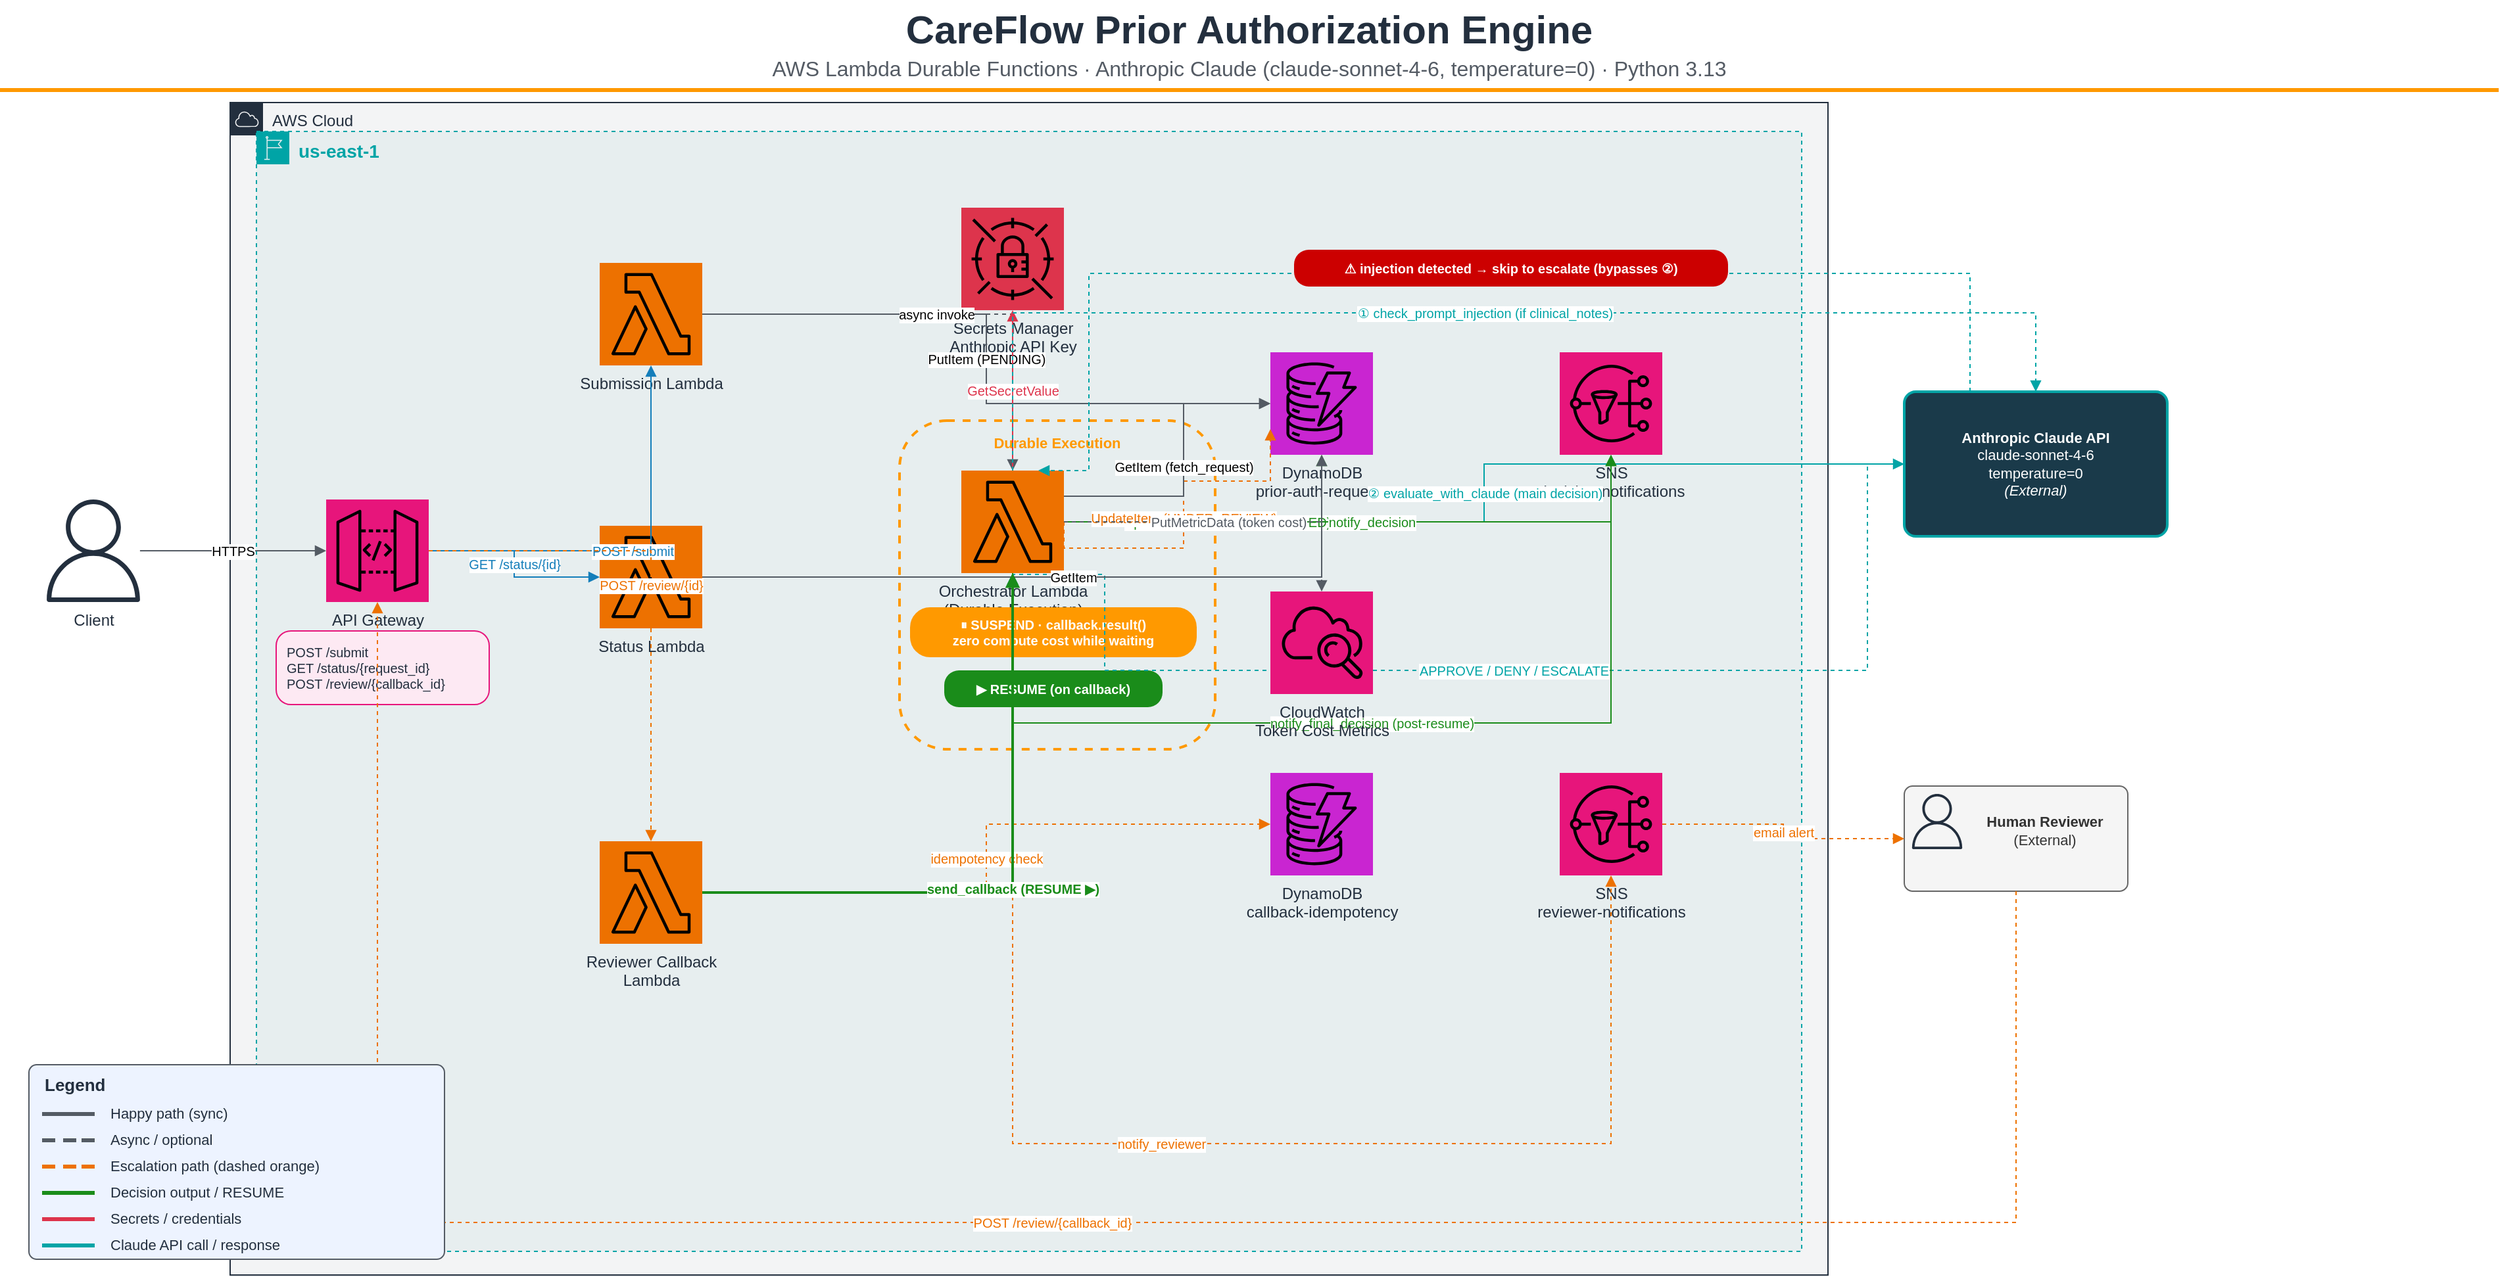
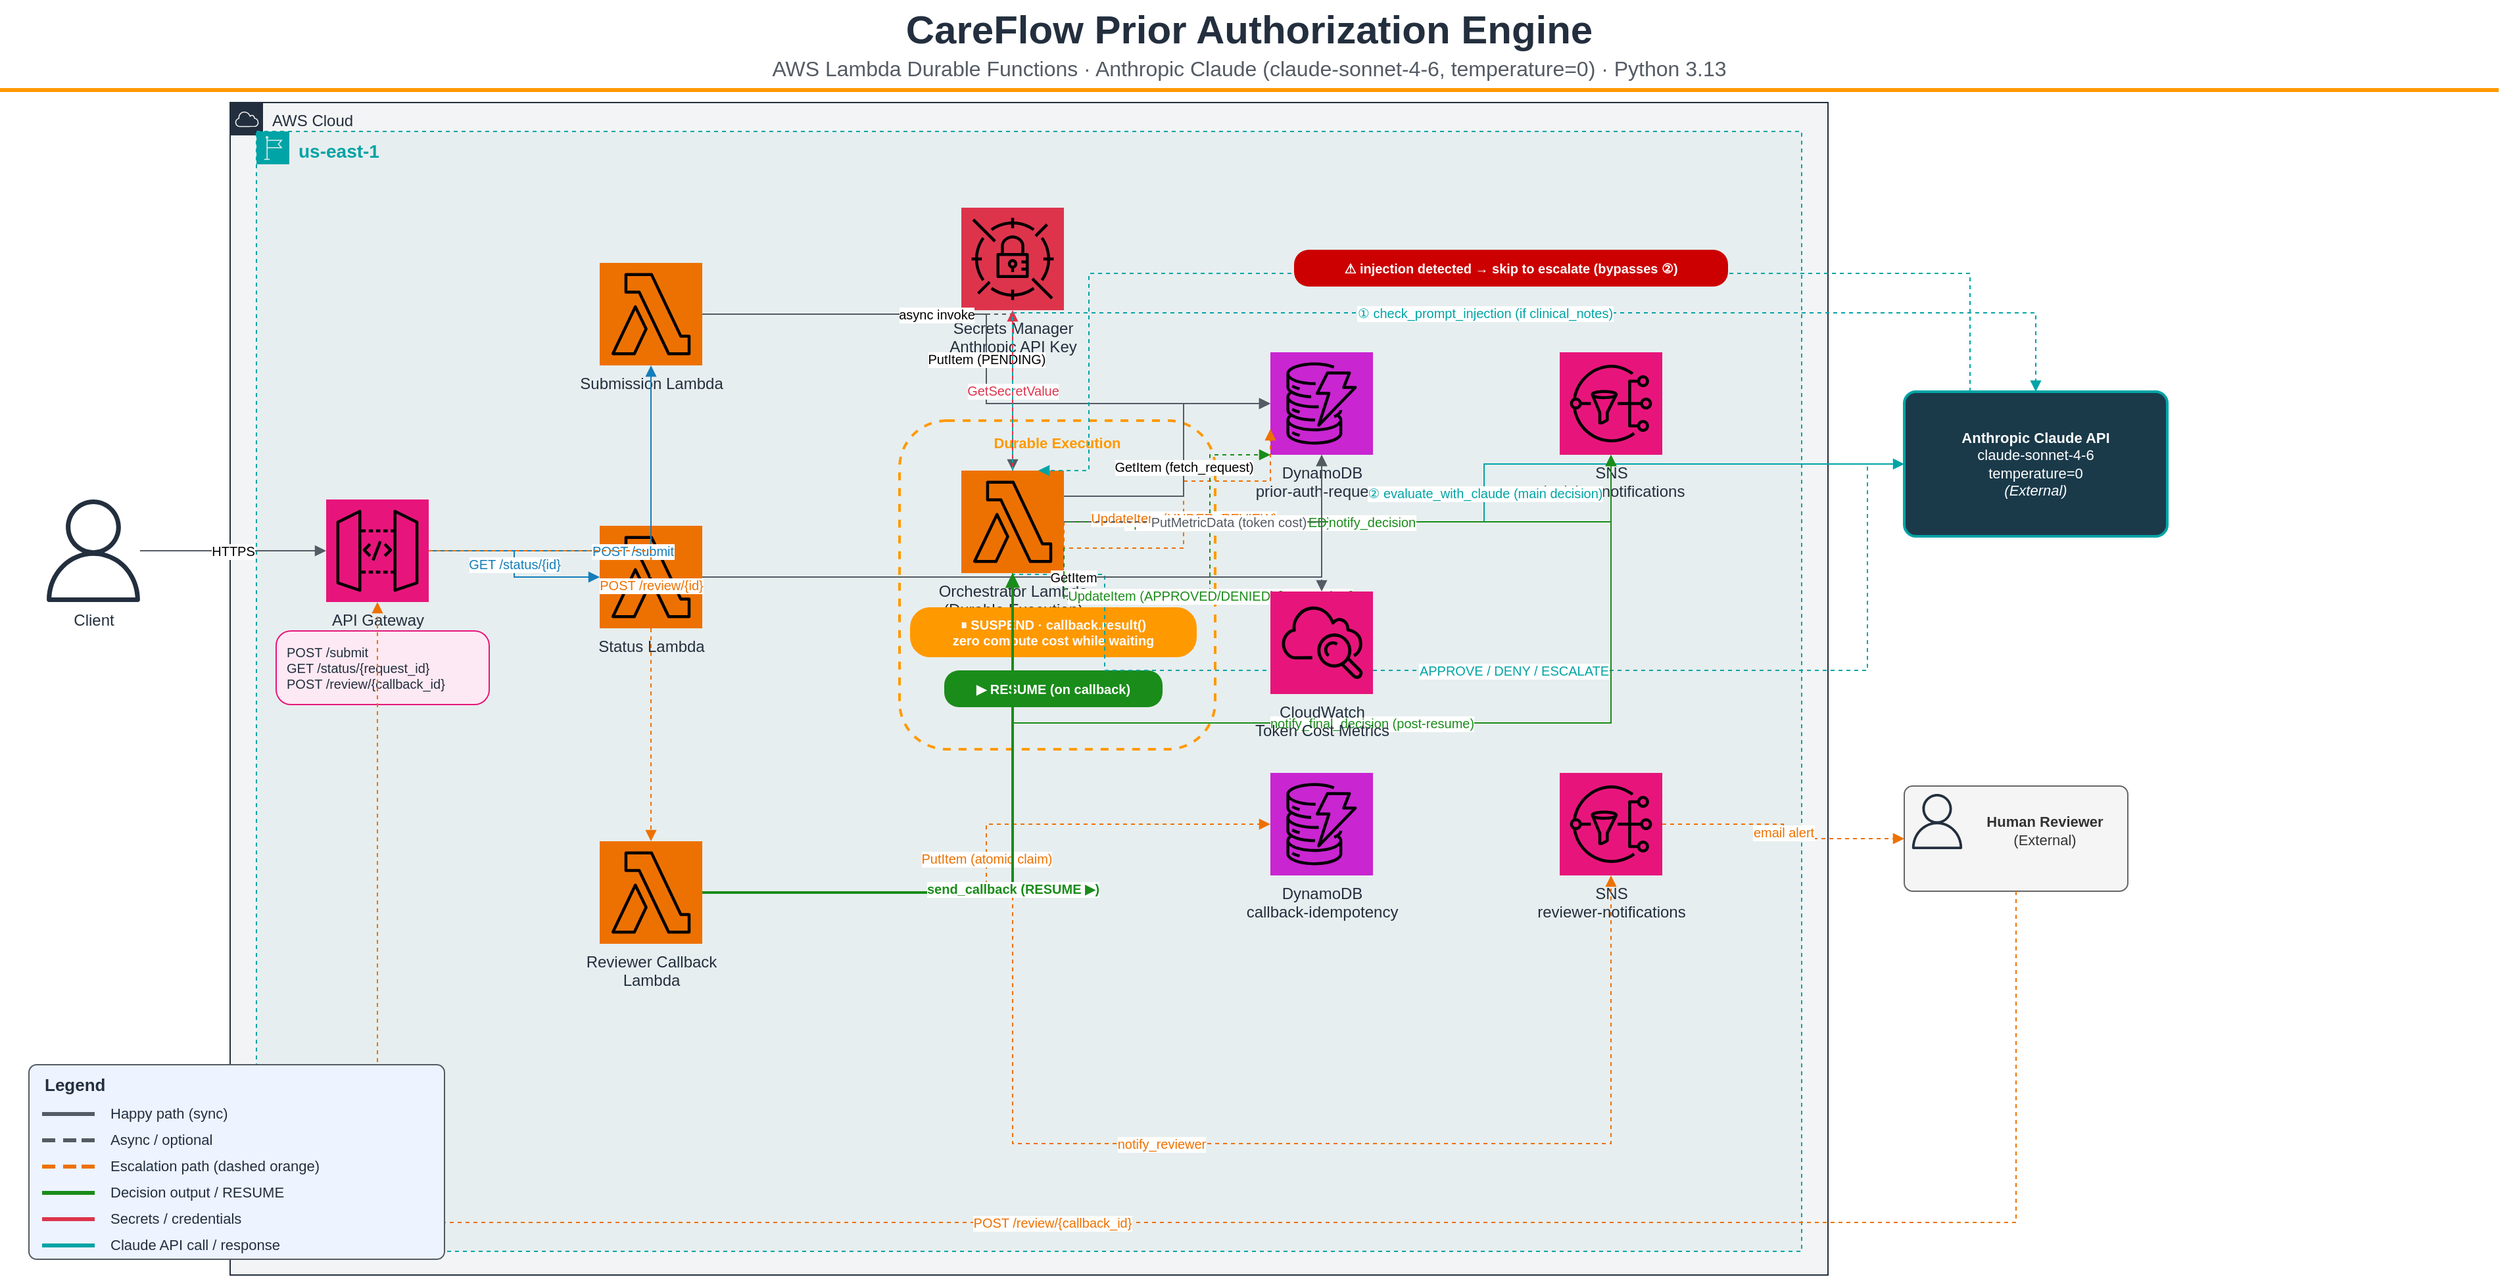
<?xml version="1.0" encoding="UTF-8"?>
<mxGraphModel dx="1422" dy="762" grid="1" gridSize="10" guides="1" tooltips="1" connect="1" arrows="1" fold="1" page="1" pageScale="1" pageWidth="1900" pageHeight="1100" math="0" shadow="0">
  <root>
    <mxCell id="0" />
    <mxCell id="1" parent="0" />

    <mxCell id="title-text" value="CareFlow Prior Authorization Engine" style="text;html=1;strokeColor=none;fillColor=none;align=center;verticalAlign=middle;whiteSpace=wrap;rounded=0;fontSize=30;fontStyle=1;fontFamily=Helvetica;fontColor=#232F3E;" vertex="1" parent="1">
      <mxGeometry x="0" y="10" width="1900" height="44" as="geometry" />
    </mxCell>
    <mxCell id="title-subtitle" value="AWS Lambda Durable Functions · Anthropic Claude (claude-sonnet-4-6, temperature=0) · Python 3.13" style="text;html=1;strokeColor=none;fillColor=none;align=center;verticalAlign=middle;whiteSpace=wrap;rounded=0;fontSize=16;fontFamily=Helvetica;fontColor=#545B64;" vertex="1" parent="1">
      <mxGeometry x="0" y="50" width="1900" height="24" as="geometry" />
    </mxCell>
    <mxCell id="title-line" value="" style="rounded=0;whiteSpace=wrap;html=1;fillColor=#FF9900;strokeColor=none;" vertex="1" parent="1">
      <mxGeometry x="0" y="77" width="1900" height="3" as="geometry" />
    </mxCell>

    <mxCell id="aws-cloud" value="AWS Cloud" style="points=[[0,0],[0.25,0],[0.5,0],[0.75,0],[1,0],[1,0.25],[1,0.5],[1,0.75],[1,1],[0.75,1],[0.5,1],[0.25,1],[0,1],[0,0.75],[0,0.5],[0,0.25]];outlineConnect=0;gradientColor=none;html=1;whiteSpace=wrap;fontSize=12;fontStyle=0;shape=mxgraph.aws4.group;grIcon=mxgraph.aws4.group_aws_cloud;strokeColor=#232F3E;fillColor=light-dark(#232F3E0D,#232F3E0D);fillStyle=auto;verticalAlign=top;align=left;spacingLeft=30;fontColor=#232F3E;dashed=0;container=0;pointerEvents=0;collapsible=0;recursiveResize=0;" vertex="1" parent="1">
      <mxGeometry x="175" y="88" width="1215" height="892" as="geometry" />
    </mxCell>
    <mxCell id="region-us-east-1" value="us-east-1" style="points=[[0,0],[0.25,0],[0.5,0],[0.75,0],[1,0],[1,0.25],[1,0.5],[1,0.75],[1,1],[0.75,1],[0.5,1],[0.25,1],[0,1],[0,0.75],[0,0.5],[0,0.25]];outlineConnect=0;gradientColor=none;html=1;whiteSpace=wrap;fontSize=14;fontStyle=1;shape=mxgraph.aws4.group;grIcon=mxgraph.aws4.group_region;strokeColor=#00A4A6;fillColor=light-dark(#0C7B7D0D,#0C7B7D0D);fillStyle=auto;verticalAlign=top;align=left;spacingLeft=30;fontColor=#00A4A6;dashed=1;container=0;pointerEvents=0;collapsible=0;recursiveResize=0;" vertex="1" parent="1">
      <mxGeometry x="195" y="110" width="1175" height="852" as="geometry" />
    </mxCell>

    <mxCell id="client-actor" value="Client" style="outlineConnect=0;fontColor=#232F3E;gradientColor=none;fillColor=#232F3E;strokeColor=none;dashed=0;verticalLabelPosition=bottom;verticalAlign=top;align=center;html=1;fontSize=12;fontStyle=0;aspect=fixed;pointerEvents=1;shape=mxgraph.aws4.user;" vertex="1" parent="1">
      <mxGeometry x="32" y="390" width="78" height="78" as="geometry" />
    </mxCell>

    <mxCell id="claude-api-bg" value="" style="rounded=1;whiteSpace=wrap;html=1;fillColor=#1a3a4a;strokeColor=#00A4A6;strokeWidth=2;arcSize=8;" vertex="1" parent="1">
      <mxGeometry x="1448" y="308" width="200" height="110" as="geometry" />
    </mxCell>
    <mxCell id="claude-api-label" value="&lt;font color=&quot;#ffffff&quot;&gt;&lt;b&gt;Anthropic Claude API&lt;/b&gt;&lt;br&gt;claude-sonnet-4-6&lt;br&gt;temperature=0&lt;br&gt;&lt;i&gt;(External)&lt;/i&gt;&lt;/font&gt;" style="text;html=1;strokeColor=none;fillColor=none;align=center;verticalAlign=middle;whiteSpace=wrap;rounded=0;fontSize=11;fontFamily=Helvetica;" vertex="1" parent="1">
      <mxGeometry x="1448" y="308" width="200" height="110" as="geometry" />
    </mxCell>

    <mxCell id="human-reviewer-bg" value="" style="rounded=1;whiteSpace=wrap;html=1;fillColor=#f5f5f5;strokeColor=#666666;arcSize=8;" vertex="1" parent="1">
      <mxGeometry x="1448" y="608" width="170" height="80" as="geometry" />
    </mxCell>
    <mxCell id="human-reviewer-icon" value="" style="outlineConnect=0;fontColor=#232F3E;gradientColor=none;fillColor=#232F3E;strokeColor=none;dashed=0;verticalLabelPosition=bottom;verticalAlign=top;align=center;html=1;fontSize=12;fontStyle=0;aspect=fixed;pointerEvents=1;shape=mxgraph.aws4.user;" vertex="1" parent="1">
      <mxGeometry x="1452" y="614" width="42" height="42" as="geometry" />
    </mxCell>
    <mxCell id="human-reviewer-label" value="&lt;b&gt;Human Reviewer&lt;/b&gt;&lt;br&gt;(External)" style="text;html=1;strokeColor=none;fillColor=none;align=center;verticalAlign=middle;whiteSpace=wrap;rounded=0;fontSize=11;fontFamily=Helvetica;fontColor=#333333;" vertex="1" parent="1">
      <mxGeometry x="1494" y="614" width="122" height="56" as="geometry" />
    </mxCell>

    <mxCell id="apigw" value="API Gateway&lt;br&gt;HTTP API v2" style="outlineConnect=0;fontColor=#232F3E;gradientColor=none;fillColor=#E7157B;strokeColor=none;dashed=0;verticalLabelPosition=bottom;verticalAlign=top;align=center;html=1;fontSize=12;fontStyle=0;aspect=fixed;pointerEvents=1;shape=mxgraph.aws4.resourceIcon;resIcon=mxgraph.aws4.api_gateway;" vertex="1" parent="1">
      <mxGeometry x="248" y="390" width="78" height="78" as="geometry" />
    </mxCell>
    <mxCell id="apigw-routes" value="POST /submit&lt;br&gt;GET /status/{request_id}&lt;br&gt;POST /review/{callback_id}" style="text;html=1;strokeColor=#E7157B;fillColor=light-dark(#FDE9F3,#2D1020);fillStyle=auto;align=left;verticalAlign=middle;whiteSpace=wrap;rounded=1;fontSize=10;fontFamily=Helvetica;fontColor=light-dark(#232F3E,#ffffff);arcSize=20;spacingLeft=6;" vertex="1" parent="1">
      <mxGeometry x="210" y="490" width="162" height="56" as="geometry" />
    </mxCell>

    <mxCell id="lambda-submission" value="Submission Lambda" style="outlineConnect=0;fontColor=#232F3E;gradientColor=none;fillColor=#ED7100;strokeColor=none;dashed=0;verticalLabelPosition=bottom;verticalAlign=top;align=center;html=1;fontSize=12;fontStyle=0;aspect=fixed;pointerEvents=1;shape=mxgraph.aws4.resourceIcon;resIcon=mxgraph.aws4.lambda;" vertex="1" parent="1">
      <mxGeometry x="456" y="210" width="78" height="78" as="geometry" />
    </mxCell>
    <mxCell id="lambda-status" value="Status Lambda" style="outlineConnect=0;fontColor=#232F3E;gradientColor=none;fillColor=#ED7100;strokeColor=none;dashed=0;verticalLabelPosition=bottom;verticalAlign=top;align=center;html=1;fontSize=12;fontStyle=0;aspect=fixed;pointerEvents=1;shape=mxgraph.aws4.resourceIcon;resIcon=mxgraph.aws4.lambda;" vertex="1" parent="1">
      <mxGeometry x="456" y="410" width="78" height="78" as="geometry" />
    </mxCell>
    <mxCell id="lambda-reviewer-cb" value="Reviewer Callback&lt;br&gt;Lambda" style="outlineConnect=0;fontColor=#232F3E;gradientColor=none;fillColor=#ED7100;strokeColor=none;dashed=0;verticalLabelPosition=bottom;verticalAlign=top;align=center;html=1;fontSize=12;fontStyle=0;aspect=fixed;pointerEvents=1;shape=mxgraph.aws4.resourceIcon;resIcon=mxgraph.aws4.lambda;" vertex="1" parent="1">
      <mxGeometry x="456" y="650" width="78" height="78" as="geometry" />
    </mxCell>

    <mxCell id="durable-group" value="Durable Execution" style="rounded=1;whiteSpace=wrap;html=1;fillColor=none;strokeColor=#FF9900;dashed=1;strokeWidth=2;verticalAlign=top;align=center;fontSize=11;fontStyle=1;fontFamily=Helvetica;fontColor=#FF9900;spacingTop=4;" vertex="1" parent="1">
      <mxGeometry x="684" y="330" width="240" height="250" as="geometry" />
    </mxCell>

    <mxCell id="secrets-mgr" value="Secrets Manager&lt;br&gt;Anthropic API Key" style="outlineConnect=0;fontColor=#232F3E;gradientColor=none;fillColor=#DD344C;strokeColor=none;dashed=0;verticalLabelPosition=bottom;verticalAlign=top;align=center;html=1;fontSize=12;fontStyle=0;aspect=fixed;pointerEvents=1;shape=mxgraph.aws4.resourceIcon;resIcon=mxgraph.aws4.secrets_manager;" vertex="1" parent="1">
      <mxGeometry x="731" y="168" width="78" height="78" as="geometry" />
    </mxCell>

    <mxCell id="lambda-orchestrator" value="Orchestrator Lambda&lt;br&gt;(Durable Execution)" style="outlineConnect=0;fontColor=#232F3E;gradientColor=none;fillColor=#ED7100;strokeColor=none;dashed=0;verticalLabelPosition=bottom;verticalAlign=top;align=center;html=1;fontSize=12;fontStyle=0;aspect=fixed;pointerEvents=1;shape=mxgraph.aws4.resourceIcon;resIcon=mxgraph.aws4.lambda;" vertex="1" parent="1">
      <mxGeometry x="731" y="368" width="78" height="78" as="geometry" />
    </mxCell>

    <mxCell id="suspend-badge" value="&#x23F8; SUSPEND · callback.result()&lt;br&gt;zero compute cost while waiting" style="rounded=1;whiteSpace=wrap;html=1;fillColor=#FF9900;strokeColor=none;fontColor=#ffffff;fontSize=10;fontStyle=1;fontFamily=Helvetica;arcSize=40;" vertex="1" parent="1">
      <mxGeometry x="692" y="472" width="218" height="38" as="geometry" />
    </mxCell>
    <mxCell id="resume-badge" value="&#x25B6; RESUME (on callback)" style="rounded=1;whiteSpace=wrap;html=1;fillColor=#1a8c1a;strokeColor=none;fontColor=#ffffff;fontSize=10;fontStyle=1;fontFamily=Helvetica;arcSize=40;" vertex="1" parent="1">
      <mxGeometry x="718" y="520" width="166" height="28" as="geometry" />
    </mxCell>

    <mxCell id="dynamo-requests" value="DynamoDB&lt;br&gt;prior-auth-requests" style="outlineConnect=0;fontColor=#232F3E;gradientColor=none;fillColor=#C925D1;strokeColor=none;dashed=0;verticalLabelPosition=bottom;verticalAlign=top;align=center;html=1;fontSize=12;fontStyle=0;aspect=fixed;pointerEvents=1;shape=mxgraph.aws4.resourceIcon;resIcon=mxgraph.aws4.dynamodb;" vertex="1" parent="1">
      <mxGeometry x="966" y="278" width="78" height="78" as="geometry" />
    </mxCell>
    <mxCell id="dynamo-idempotency" value="DynamoDB&lt;br&gt;callback-idempotency" style="outlineConnect=0;fontColor=#232F3E;gradientColor=none;fillColor=#C925D1;strokeColor=none;dashed=0;verticalLabelPosition=bottom;verticalAlign=top;align=center;html=1;fontSize=12;fontStyle=0;aspect=fixed;pointerEvents=1;shape=mxgraph.aws4.resourceIcon;resIcon=mxgraph.aws4.dynamodb;" vertex="1" parent="1">
      <mxGeometry x="966" y="598" width="78" height="78" as="geometry" />
    </mxCell>

    <mxCell id="sns-decisions" value="SNS&lt;br&gt;decision-notifications" style="outlineConnect=0;fontColor=#232F3E;gradientColor=none;fillColor=#E7157B;strokeColor=none;dashed=0;verticalLabelPosition=bottom;verticalAlign=top;align=center;html=1;fontSize=12;fontStyle=0;aspect=fixed;pointerEvents=1;shape=mxgraph.aws4.resourceIcon;resIcon=mxgraph.aws4.sns;" vertex="1" parent="1">
      <mxGeometry x="1186" y="278" width="78" height="78" as="geometry" />
    </mxCell>
    <mxCell id="sns-reviewer" value="SNS&lt;br&gt;reviewer-notifications" style="outlineConnect=0;fontColor=#232F3E;gradientColor=none;fillColor=#E7157B;strokeColor=none;dashed=0;verticalLabelPosition=bottom;verticalAlign=top;align=center;html=1;fontSize=12;fontStyle=0;aspect=fixed;pointerEvents=1;shape=mxgraph.aws4.resourceIcon;resIcon=mxgraph.aws4.sns;" vertex="1" parent="1">
      <mxGeometry x="1186" y="598" width="78" height="78" as="geometry" />
    </mxCell>

    <mxCell id="edge-client-apigw" value="HTTPS" style="edgeStyle=orthogonalEdgeStyle;html=1;endArrow=block;endFill=1;startArrow=none;strokeColor=#545B64;rounded=0;fontFamily=Helvetica;fontSize=10;" edge="1" source="client-actor" target="apigw" parent="1">
      <mxGeometry relative="1" as="geometry" />
    </mxCell>

    <mxCell id="edge-apigw-submission" value="POST /submit" style="edgeStyle=orthogonalEdgeStyle;html=1;endArrow=block;endFill=1;startArrow=none;strokeColor=#147EBA;fontColor=#147EBA;rounded=0;fontFamily=Helvetica;fontSize=10;" edge="1" source="apigw" target="lambda-submission" parent="1">
      <mxGeometry relative="1" as="geometry" />
    </mxCell>
    <mxCell id="edge-apigw-status" value="GET /status/{id}" style="edgeStyle=orthogonalEdgeStyle;html=1;endArrow=block;endFill=1;startArrow=none;strokeColor=#147EBA;fontColor=#147EBA;rounded=0;fontFamily=Helvetica;fontSize=10;" edge="1" source="apigw" target="lambda-status" parent="1">
      <mxGeometry relative="1" as="geometry" />
    </mxCell>
    <mxCell id="edge-apigw-reviewer-cb" value="POST /review/{id}" style="edgeStyle=orthogonalEdgeStyle;html=1;endArrow=block;endFill=1;startArrow=none;strokeColor=#ED7100;fontColor=#ED7100;rounded=0;dashed=1;fontFamily=Helvetica;fontSize=10;" edge="1" source="apigw" target="lambda-reviewer-cb" parent="1">
      <mxGeometry relative="1" as="geometry" />
    </mxCell>

    <mxCell id="edge-submission-dynamo" value="PutItem (PENDING)" style="edgeStyle=orthogonalEdgeStyle;html=1;endArrow=block;endFill=1;startArrow=none;strokeColor=#545B64;rounded=0;fontFamily=Helvetica;fontSize=10;" edge="1" source="lambda-submission" target="dynamo-requests" parent="1">
      <mxGeometry relative="1" as="geometry" />
    </mxCell>
    <mxCell id="edge-submission-orchestrator" value="async invoke" style="edgeStyle=orthogonalEdgeStyle;html=1;endArrow=block;endFill=1;startArrow=none;strokeColor=#545B64;rounded=0;dashed=1;fontFamily=Helvetica;fontSize=10;" edge="1" source="lambda-submission" target="lambda-orchestrator" parent="1">
      <mxGeometry relative="1" as="geometry" />
    </mxCell>

    <mxCell id="edge-orchestrator-secrets" value="GetSecretValue" style="edgeStyle=orthogonalEdgeStyle;html=1;endArrow=block;endFill=1;startArrow=none;strokeColor=#DD344C;fontColor=#DD344C;rounded=0;fontFamily=Helvetica;fontSize=10;" edge="1" source="lambda-orchestrator" target="secrets-mgr" parent="1">
      <mxGeometry relative="1" as="geometry" />
    </mxCell>

    <!-- Step ①: check_prompt_injection — routed above main eval arrow -->
    <mxCell id="edge-orchestrator-claude-injection" value="① check_prompt_injection (if clinical_notes)" style="edgeStyle=orthogonalEdgeStyle;html=1;endArrow=block;endFill=1;startArrow=none;strokeColor=#00A4A6;fontColor=#00A4A6;rounded=0;dashed=1;fontFamily=Helvetica;fontSize=10;exitX=0.5;exitY=0;exitDx=0;exitDy=0;entryX=0.5;entryY=0;entryDx=0;entryDy=0;" edge="1" source="lambda-orchestrator" target="claude-api-bg" parent="1">
      <mxGeometry relative="1" as="geometry">
        <Array as="points">
          <mxPoint x="770" y="248" />
          <mxPoint x="1548" y="248" />
        </Array>
      </mxGeometry>
    </mxCell>
    <!-- Injection result return — short path back from top of Claude box -->
    <mxCell id="edge-injection-return" value="safe / injection_detected" style="edgeStyle=orthogonalEdgeStyle;html=1;endArrow=block;endFill=1;startArrow=none;strokeColor=#00A4A6;fontColor=#00A4A6;rounded=0;dashed=1;fontFamily=Helvetica;fontSize=10;exitX=0.25;exitY=0;exitDx=0;exitDy=0;entryX=0.75;entryY=0;entryDx=0;entryDy=0;" edge="1" source="claude-api-bg" target="lambda-orchestrator" parent="1">
      <mxGeometry relative="1" as="geometry">
        <Array as="points">
          <mxPoint x="1498" y="218" />
          <mxPoint x="828" y="218" />
        </Array>
      </mxGeometry>
    </mxCell>
    <!-- Injection detected bypass badge -->
    <mxCell id="injection-bypass-badge" value="⚠ injection detected → skip to escalate (bypasses ②)" style="rounded=1;whiteSpace=wrap;html=1;fillColor=#CC0000;strokeColor=none;fontColor=#ffffff;fontSize=10;fontStyle=1;fontFamily=Helvetica;arcSize=40;" vertex="1" parent="1">
      <mxGeometry x="984" y="200" width="330" height="28" as="geometry" />
    </mxCell>
    <!-- Step ②: main Claude evaluation -->
    <mxCell id="edge-orchestrator-claude" value="② evaluate_with_claude (main decision)" style="edgeStyle=orthogonalEdgeStyle;html=1;endArrow=block;endFill=1;startArrow=none;strokeColor=#00A4A6;fontColor=#00A4A6;rounded=0;fontFamily=Helvetica;fontSize=10;exitX=1;exitY=0.5;exitDx=0;exitDy=0;entryX=0;entryY=0.5;entryDx=0;entryDy=0;" edge="1" source="lambda-orchestrator" target="claude-api-bg" parent="1">
      <mxGeometry relative="1" as="geometry" />
    </mxCell>
    <mxCell id="edge-claude-orchestrator" value="APPROVE / DENY / ESCALATE" style="edgeStyle=orthogonalEdgeStyle;html=1;endArrow=block;endFill=1;startArrow=none;strokeColor=#00A4A6;fontColor=#00A4A6;rounded=0;dashed=1;fontFamily=Helvetica;fontSize=10;exitX=0;exitY=0.5;exitDx=0;exitDy=0;" edge="1" source="claude-api-bg" target="lambda-orchestrator" parent="1">
      <mxGeometry relative="1" as="geometry">
        <Array as="points">
          <mxPoint x="1420" y="363" />
          <mxPoint x="1420" y="520" />
          <mxPoint x="840" y="520" />
          <mxPoint x="840" y="447" />
        </Array>
      </mxGeometry>
    </mxCell>

    <mxCell id="edge-orchestrator-dynamo-happy" value="UpdateItem (APPROVED/DENIED)" style="edgeStyle=orthogonalEdgeStyle;html=1;endArrow=block;endFill=1;startArrow=none;strokeColor=#1a8c1a;fontColor=#1a8c1a;rounded=0;fontFamily=Helvetica;fontSize=10;" edge="1" source="lambda-orchestrator" target="dynamo-requests" parent="1">
      <mxGeometry relative="1" as="geometry" />
    </mxCell>
    <mxCell id="edge-orchestrator-sns-decisions-happy" value="notify_decision" style="edgeStyle=orthogonalEdgeStyle;html=1;endArrow=block;endFill=1;startArrow=none;strokeColor=#1a8c1a;fontColor=#1a8c1a;rounded=0;fontFamily=Helvetica;fontSize=10;" edge="1" source="lambda-orchestrator" target="sns-decisions" parent="1">
      <mxGeometry relative="1" as="geometry" />
    </mxCell>

    <mxCell id="edge-status-dynamo" value="GetItem" style="edgeStyle=orthogonalEdgeStyle;html=1;endArrow=block;endFill=1;startArrow=none;strokeColor=#545B64;rounded=0;fontFamily=Helvetica;fontSize=10;" edge="1" source="lambda-status" target="dynamo-requests" parent="1">
      <mxGeometry relative="1" as="geometry" />
    </mxCell>

    <mxCell id="edge-orchestrator-dynamo-escalate" value="UpdateItem (UNDER_REVIEW)" style="edgeStyle=orthogonalEdgeStyle;html=1;endArrow=block;endFill=1;startArrow=none;strokeColor=#ED7100;fontColor=#ED7100;rounded=0;dashed=1;fontFamily=Helvetica;fontSize=10;exitX=1;exitY=0.5;exitDx=0;exitDy=0;entryX=0;entryY=0.75;entryDx=0;entryDy=0;" edge="1" source="lambda-orchestrator" target="dynamo-requests" parent="1">
      <mxGeometry relative="1" as="geometry">
        <Array as="points">
          <mxPoint x="900" y="427" />
          <mxPoint x="900" y="376" />
        </Array>
      </mxGeometry>
    </mxCell>
    <mxCell id="edge-orchestrator-sns-reviewer" value="notify_reviewer" style="edgeStyle=orthogonalEdgeStyle;html=1;endArrow=block;endFill=1;startArrow=none;strokeColor=#ED7100;fontColor=#ED7100;rounded=0;dashed=1;fontFamily=Helvetica;fontSize=10;exitX=0.5;exitY=1;exitDx=0;exitDy=0;" edge="1" source="lambda-orchestrator" target="sns-reviewer" parent="1">
      <mxGeometry relative="1" as="geometry">
        <Array as="points">
          <mxPoint x="770" y="880" />
          <mxPoint x="1225" y="880" />
        </Array>
      </mxGeometry>
    </mxCell>

    <mxCell id="edge-sns-reviewer-human" value="email alert" style="edgeStyle=orthogonalEdgeStyle;html=1;endArrow=block;endFill=1;startArrow=none;strokeColor=#ED7100;fontColor=#ED7100;rounded=0;dashed=1;fontFamily=Helvetica;fontSize=10;" edge="1" source="sns-reviewer" target="human-reviewer-bg" parent="1">
      <mxGeometry relative="1" as="geometry" />
    </mxCell>

    <mxCell id="edge-human-apigw" value="POST /review/{callback_id}" style="edgeStyle=orthogonalEdgeStyle;html=1;endArrow=block;endFill=1;startArrow=none;strokeColor=#ED7100;fontColor=#ED7100;rounded=0;dashed=1;fontFamily=Helvetica;fontSize=10;" edge="1" source="human-reviewer-bg" target="apigw" parent="1">
      <mxGeometry relative="1" as="geometry">
        <Array as="points">
          <mxPoint x="1533" y="940" />
          <mxPoint x="287" y="940" />
        </Array>
      </mxGeometry>
    </mxCell>

-     <mxCell id="edge-reviewer-cb-idempotency" value="idempotency check" style="edgeStyle=orthogonalEdgeStyle;html=1;endArrow=block;endFill=1;startArrow=none;strokeColor=#ED7100;fontColor=#ED7100;rounded=0;dashed=1;fontFamily=Helvetica;fontSize=10;" edge="1" source="lambda-reviewer-cb" target="dynamo-idempotency" parent="1">
+     <mxCell id="edge-reviewer-cb-idempotency" value="PutItem (atomic claim)" style="edgeStyle=orthogonalEdgeStyle;html=1;endArrow=block;endFill=1;startArrow=none;strokeColor=#ED7100;fontColor=#ED7100;rounded=0;dashed=1;fontFamily=Helvetica;fontSize=10;" edge="1" source="lambda-reviewer-cb" target="dynamo-idempotency" parent="1">
      <mxGeometry relative="1" as="geometry" />
    </mxCell>
    <mxCell id="edge-reviewer-cb-orchestrator" value="send_callback (RESUME &#x25B6;)" style="edgeStyle=orthogonalEdgeStyle;html=1;endArrow=block;endFill=1;startArrow=none;strokeColor=#1a8c1a;fontColor=#1a8c1a;strokeWidth=2;rounded=0;fontFamily=Helvetica;fontSize=10;fontStyle=1;" edge="1" source="lambda-reviewer-cb" target="lambda-orchestrator" parent="1">
      <mxGeometry relative="1" as="geometry" />
    </mxCell>

+     <!-- save_review_decision: post-resume write back to requests table -->
+     <mxCell id="edge-orchestrator-dynamo-review-decision" value="UpdateItem (APPROVED/DENIED) [post-review]" style="edgeStyle=orthogonalEdgeStyle;html=1;endArrow=block;endFill=1;startArrow=none;strokeColor=#1a8c1a;fontColor=#1a8c1a;rounded=0;dashed=1;fontFamily=Helvetica;fontSize=10;exitX=1;exitY=0.75;exitDx=0;exitDy=0;entryX=0;entryY=1;entryDx=0;entryDy=0;" edge="1" source="lambda-orchestrator" target="dynamo-requests" parent="1">
+       <mxGeometry relative="1" as="geometry">
+         <Array as="points">
+           <mxPoint x="920" y="466" />
+           <mxPoint x="920" y="356" />
+         </Array>
+       </mxGeometry>
+     </mxCell>
    <mxCell id="edge-orchestrator-sns-decisions-resume" value="notify_final_decision (post-resume)" style="edgeStyle=orthogonalEdgeStyle;html=1;endArrow=block;endFill=1;startArrow=none;strokeColor=#1a8c1a;fontColor=#1a8c1a;rounded=0;fontFamily=Helvetica;fontSize=10;" edge="1" source="lambda-orchestrator" target="sns-decisions" parent="1">
      <mxGeometry relative="1" as="geometry">
        <Array as="points">
          <mxPoint x="840" y="560" />
          <mxPoint x="1225" y="560" />
          <mxPoint x="1225" y="378" />
        </Array>
      </mxGeometry>
    </mxCell>

    <!-- GetItem edge: orchestrator fetches request from DynamoDB (fetch_request step 1) -->
    <mxCell id="edge-orchestrator-dynamo-fetch" value="GetItem (fetch_request)" style="edgeStyle=orthogonalEdgeStyle;html=1;endArrow=block;endFill=1;startArrow=none;strokeColor=#545B64;rounded=0;fontFamily=Helvetica;fontSize=10;exitX=1;exitY=0.25;exitDx=0;exitDy=0;entryX=0;entryY=0.5;entryDx=0;entryDy=0;" edge="1" source="lambda-orchestrator" target="dynamo-requests" parent="1">
      <mxGeometry relative="1" as="geometry">
        <Array as="points">
          <mxPoint x="900" y="388" />
          <mxPoint x="900" y="317" />
        </Array>
      </mxGeometry>
    </mxCell>

    <!-- CloudWatch: save_decision writes token cost metrics -->
    <mxCell id="cloudwatch" value="CloudWatch&lt;br&gt;Token Cost Metrics" style="outlineConnect=0;fontColor=#232F3E;gradientColor=none;fillColor=#E7157B;strokeColor=none;dashed=0;verticalLabelPosition=bottom;verticalAlign=top;align=center;html=1;fontSize=12;fontStyle=0;aspect=fixed;pointerEvents=1;shape=mxgraph.aws4.resourceIcon;resIcon=mxgraph.aws4.cloudwatch;" vertex="1" parent="1">
      <mxGeometry x="966" y="460" width="78" height="78" as="geometry" />
    </mxCell>
    <mxCell id="edge-orchestrator-cloudwatch" value="PutMetricData (token cost)" style="edgeStyle=orthogonalEdgeStyle;html=1;endArrow=block;endFill=1;startArrow=none;strokeColor=#545B64;fontColor=#545B64;rounded=0;dashed=1;fontFamily=Helvetica;fontSize=10;" edge="1" source="lambda-orchestrator" target="cloudwatch" parent="1">
      <mxGeometry relative="1" as="geometry" />
    </mxCell>

    <mxCell id="legend-bg" value="" style="rounded=1;whiteSpace=wrap;html=1;fillColor=light-dark(#EDF3FF,#305363);fillStyle=auto;strokeColor=#545B64;arcSize=4;" vertex="1" parent="1">
      <mxGeometry x="22" y="820" width="316" height="148" as="geometry" />
    </mxCell>
    <mxCell id="legend-title" value="Legend" style="text;html=1;strokeColor=none;fillColor=none;align=left;verticalAlign=middle;whiteSpace=wrap;rounded=0;fontSize=13;fontStyle=1;fontFamily=Helvetica;fontColor=light-dark(#232F3E,#ffffff);" vertex="1" parent="1">
      <mxGeometry x="32" y="824" width="296" height="22" as="geometry" />
    </mxCell>

    <mxCell id="legend-swatch-1" value="" style="rounded=0;whiteSpace=wrap;html=1;fillColor=#545B64;strokeColor=none;" vertex="1" parent="1">
      <mxGeometry x="32" y="856" width="40" height="3" as="geometry" />
    </mxCell>
    <mxCell id="legend-label-1" value="Happy path (sync)" style="text;html=1;strokeColor=none;fillColor=none;align=left;verticalAlign=middle;whiteSpace=wrap;rounded=0;fontSize=11;fontFamily=Helvetica;fontColor=light-dark(#232F3E,#ffffff);" vertex="1" parent="1">
      <mxGeometry x="82" y="848" width="246" height="18" as="geometry" />
    </mxCell>

    <mxCell id="legend-swatch-2a" value="" style="rounded=0;whiteSpace=wrap;html=1;fillColor=#545B64;strokeColor=none;" vertex="1" parent="1">
      <mxGeometry x="32" y="876" width="10" height="3" as="geometry" />
    </mxCell>
    <mxCell id="legend-swatch-2b" value="" style="rounded=0;whiteSpace=wrap;html=1;fillColor=#545B64;strokeColor=none;" vertex="1" parent="1">
      <mxGeometry x="48" y="876" width="10" height="3" as="geometry" />
    </mxCell>
    <mxCell id="legend-swatch-2c" value="" style="rounded=0;whiteSpace=wrap;html=1;fillColor=#545B64;strokeColor=none;" vertex="1" parent="1">
      <mxGeometry x="62" y="876" width="10" height="3" as="geometry" />
    </mxCell>
    <mxCell id="legend-label-2" value="Async / optional" style="text;html=1;strokeColor=none;fillColor=none;align=left;verticalAlign=middle;whiteSpace=wrap;rounded=0;fontSize=11;fontFamily=Helvetica;fontColor=light-dark(#232F3E,#ffffff);" vertex="1" parent="1">
      <mxGeometry x="82" y="868" width="246" height="18" as="geometry" />
    </mxCell>

    <mxCell id="legend-swatch-3a" value="" style="rounded=0;whiteSpace=wrap;html=1;fillColor=#ED7100;strokeColor=none;" vertex="1" parent="1">
      <mxGeometry x="32" y="896" width="10" height="3" as="geometry" />
    </mxCell>
    <mxCell id="legend-swatch-3b" value="" style="rounded=0;whiteSpace=wrap;html=1;fillColor=#ED7100;strokeColor=none;" vertex="1" parent="1">
      <mxGeometry x="48" y="896" width="10" height="3" as="geometry" />
    </mxCell>
    <mxCell id="legend-swatch-3c" value="" style="rounded=0;whiteSpace=wrap;html=1;fillColor=#ED7100;strokeColor=none;" vertex="1" parent="1">
      <mxGeometry x="62" y="896" width="10" height="3" as="geometry" />
    </mxCell>
    <mxCell id="legend-label-3" value="Escalation path (dashed orange)" style="text;html=1;strokeColor=none;fillColor=none;align=left;verticalAlign=middle;whiteSpace=wrap;rounded=0;fontSize=11;fontFamily=Helvetica;fontColor=light-dark(#232F3E,#ffffff);" vertex="1" parent="1">
      <mxGeometry x="82" y="888" width="246" height="18" as="geometry" />
    </mxCell>

    <mxCell id="legend-swatch-4" value="" style="rounded=0;whiteSpace=wrap;html=1;fillColor=#1a8c1a;strokeColor=none;" vertex="1" parent="1">
      <mxGeometry x="32" y="916" width="40" height="3" as="geometry" />
    </mxCell>
    <mxCell id="legend-label-4" value="Decision output / RESUME" style="text;html=1;strokeColor=none;fillColor=none;align=left;verticalAlign=middle;whiteSpace=wrap;rounded=0;fontSize=11;fontFamily=Helvetica;fontColor=light-dark(#232F3E,#ffffff);" vertex="1" parent="1">
      <mxGeometry x="82" y="908" width="246" height="18" as="geometry" />
    </mxCell>

    <mxCell id="legend-swatch-5" value="" style="rounded=0;whiteSpace=wrap;html=1;fillColor=#DD344C;strokeColor=none;" vertex="1" parent="1">
      <mxGeometry x="32" y="936" width="40" height="3" as="geometry" />
    </mxCell>
    <mxCell id="legend-label-5" value="Secrets / credentials" style="text;html=1;strokeColor=none;fillColor=none;align=left;verticalAlign=middle;whiteSpace=wrap;rounded=0;fontSize=11;fontFamily=Helvetica;fontColor=light-dark(#232F3E,#ffffff);" vertex="1" parent="1">
      <mxGeometry x="82" y="928" width="246" height="18" as="geometry" />
    </mxCell>

    <mxCell id="legend-swatch-6" value="" style="rounded=0;whiteSpace=wrap;html=1;fillColor=#00A4A6;strokeColor=none;" vertex="1" parent="1">
      <mxGeometry x="32" y="956" width="40" height="3" as="geometry" />
    </mxCell>
    <mxCell id="legend-label-6" value="Claude API call / response" style="text;html=1;strokeColor=none;fillColor=none;align=left;verticalAlign=middle;whiteSpace=wrap;rounded=0;fontSize=11;fontFamily=Helvetica;fontColor=light-dark(#232F3E,#ffffff);" vertex="1" parent="1">
      <mxGeometry x="82" y="948" width="246" height="18" as="geometry" />
    </mxCell>

  </root>
</mxGraphModel>
